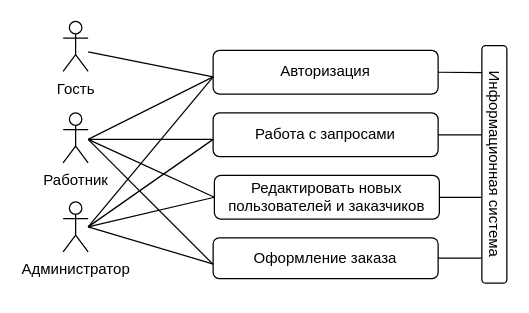
Before: 5_semestr/Term project information systems reports/Конечные пользователи.drawio in Dishulka/University, a draw.io diagram. Source tidied: cells renumbered, new cells numbered last; positions are measured from the earlier drawing's top-left corner, leaving out a move shared by most shapes. Both pictures are drawn from the tidied source at 125%, with x=0, y=0 at pixel (62, 21).
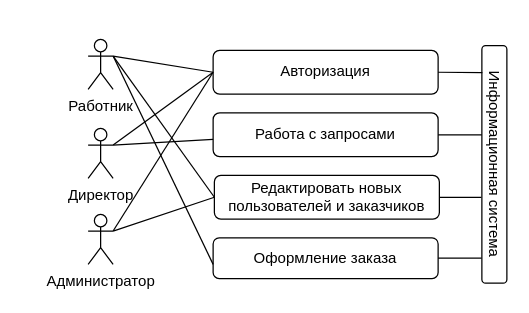
The same diagram, later.

The change refers to these unchanged cells:
```xml
<mxCell id="5" value="Авторизация" style="rounded=1;whiteSpace=wrap;html=1;" parent="1" vertex="1">
  <mxGeometry x="120" y="22.8" width="180" height="35" as="geometry" />
</mxCell>
<mxCell id="7" value="Редактировать новых пользователей и заказчиков" style="rounded=1;whiteSpace=wrap;html=1;" parent="1" vertex="1">
  <mxGeometry x="121" y="122.8" width="180" height="35" as="geometry" />
</mxCell>
<mxCell id="8" value="Оформление заказа" style="rounded=1;whiteSpace=wrap;html=1;" parent="1" vertex="1">
  <mxGeometry x="120" y="172.8" width="180" height="32.5" as="geometry" />
</mxCell>
```

What changed in the source:
```diff
@@
-    <mxCell id="2" value="Администратор" style="shape=umlActor;verticalLabelPosition=bottom;verticalAlign=top;html=1;outlineConnect=0;" parent="1" vertex="1">
-      <mxGeometry y="144" width="20" height="40" as="geometry" />
+    <mxCell id="2" value="Директор&lt;br&gt;" style="shape=umlActor;verticalLabelPosition=bottom;verticalAlign=top;html=1;outlineConnect=0;" parent="1" vertex="1">
+      <mxGeometry x="20" y="85.2" width="20" height="40" as="geometry" />
     </mxCell>
-    <mxCell id="3" value="Гость" style="shape=umlActor;verticalLabelPosition=bottom;verticalAlign=top;html=1;" parent="1" vertex="1">
-      <mxGeometry y="-0.4" width="20" height="40" as="geometry" />
-    </mxCell>
     <mxCell id="4" value="Работник" style="shape=umlActor;verticalLabelPosition=bottom;verticalAlign=top;html=1;outlineConnect=0;" parent="1" vertex="1">
-      <mxGeometry y="72.8" width="20" height="40" as="geometry" />
+      <mxGeometry x="20" y="14" width="20" height="40" as="geometry" />
     </mxCell>
@@
-    <mxCell id="9" style="endArrow=none;html=1;entryX=0.001;entryY=0.645;entryDx=0;entryDy=0;entryPerimeter=0;" parent="1" edge="1" target="8">
-      <mxGeometry relative="1" as="geometry">
-        <mxPoint x="20" y="164" as="sourcePoint" />
-      </mxGeometry>
-    </mxCell>
-    <mxCell id="10" style="endArrow=none;html=1;entryX=0;entryY=0.5;entryDx=0;entryDy=0;" parent="1" edge="1" target="7">
-      <mxGeometry relative="1" as="geometry">
-        <mxPoint x="20" y="164" as="sourcePoint" />
-      </mxGeometry>
-    </mxCell>
-    <mxCell id="11" style="endArrow=none;html=1;" parent="1" edge="1">
+    <mxCell id="11" style="endArrow=none;html=1;exitX=1;exitY=0.3333333333333333;exitDx=0;exitDy=0;exitPerimeter=0;" parent="1" edge="1" source="2">
       <mxGeometry relative="1" as="geometry">
-        <mxPoint x="20" y="164" as="sourcePoint" />
         <mxPoint x="120" y="94" as="targetPoint" />
       </mxGeometry>
     </mxCell>
-    <mxCell id="12" style="endArrow=none;html=1;" parent="1" edge="1">
-      <mxGeometry relative="1" as="geometry">
-        <mxPoint x="20" y="164" as="sourcePoint" />
-        <mxPoint x="120" y="44" as="targetPoint" />
-      </mxGeometry>
+    <mxCell id="12" style="endArrow=none;html=1;exitX=1;exitY=0.3333333333333333;exitDx=0;exitDy=0;exitPerimeter=0;entryX=0;entryY=0.5;entryDx=0;entryDy=0;" parent="1" edge="1" source="2" target="5">
+      <mxGeometry relative="1" as="geometry" />
     </mxCell>
-    <mxCell id="13" style="endArrow=none;html=1;" parent="1" edge="1">
-      <mxGeometry relative="1" as="geometry">
-        <mxPoint x="20" y="24" as="sourcePoint" />
-        <mxPoint x="120" y="44" as="targetPoint" />
-      </mxGeometry>
-    </mxCell>
@@
-    <mxCell id="19" style="endArrow=none;html=1;" parent="1" edge="1">
-      <mxGeometry relative="1" as="geometry">
-        <mxPoint x="120" y="44" as="sourcePoint" />
-        <mxPoint x="20" y="94" as="targetPoint" />
-      </mxGeometry>
+    <mxCell id="19" style="endArrow=none;html=1;entryX=1;entryY=0.3333333333333333;entryDx=0;entryDy=0;entryPerimeter=0;exitX=0;exitY=0.5;exitDx=0;exitDy=0;" parent="1" edge="1" source="5" target="4">
+      <mxGeometry relative="1" as="geometry" />
     </mxCell>
-    <mxCell id="20" style="endArrow=none;html=1;" parent="1" edge="1">
-      <mxGeometry relative="1" as="geometry">
-        <mxPoint x="20" y="94" as="sourcePoint" />
-        <mxPoint x="120" y="94" as="targetPoint" />
-      </mxGeometry>
-    </mxCell>
-    <mxCell id="21" style="endArrow=none;html=1;entryX=0;entryY=0.5;entryDx=0;entryDy=0;" parent="1" edge="1" target="7">
-      <mxGeometry relative="1" as="geometry">
-        <mxPoint x="20" y="94" as="sourcePoint" />
-      </mxGeometry>
+    <mxCell id="21" style="endArrow=none;html=1;entryX=0;entryY=0.5;entryDx=0;entryDy=0;exitX=1;exitY=0.3333333333333333;exitDx=0;exitDy=0;exitPerimeter=0;" parent="1" edge="1" source="4" target="7">
+      <mxGeometry relative="1" as="geometry" />
     </mxCell>
-    <mxCell id="22" style="endArrow=none;html=1;" parent="1" edge="1">
+    <mxCell id="22" style="endArrow=none;html=1;exitX=1;exitY=0.3333333333333333;exitDx=0;exitDy=0;exitPerimeter=0;" parent="1" edge="1" source="4">
       <mxGeometry relative="1" as="geometry">
-        <mxPoint x="20" y="94" as="sourcePoint" />
         <mxPoint x="120" y="194" as="targetPoint" />
       </mxGeometry>
     </mxCell>
+    <mxCell id="23" value="Администратор" style="shape=umlActor;verticalLabelPosition=bottom;verticalAlign=top;html=1;outlineConnect=0;" parent="1" vertex="1">
+      <mxGeometry x="20" y="154" width="20" height="40" as="geometry" />
+    </mxCell>
+    <mxCell id="24" style="endArrow=none;html=1;exitX=1;exitY=0.3333333333333333;exitDx=0;exitDy=0;exitPerimeter=0;entryX=0;entryY=0.5;entryDx=0;entryDy=0;" parent="1" edge="1" source="23" target="7">
+      <mxGeometry relative="1" as="geometry" />
+    </mxCell>
+    <mxCell id="25" style="endArrow=none;html=1;exitX=1;exitY=0.3333333333333333;exitDx=0;exitDy=0;exitPerimeter=0;entryX=0;entryY=0.5;entryDx=0;entryDy=0;" parent="1" edge="1" source="23" target="5">
+      <mxGeometry relative="1" as="geometry" />
+    </mxCell>
```
